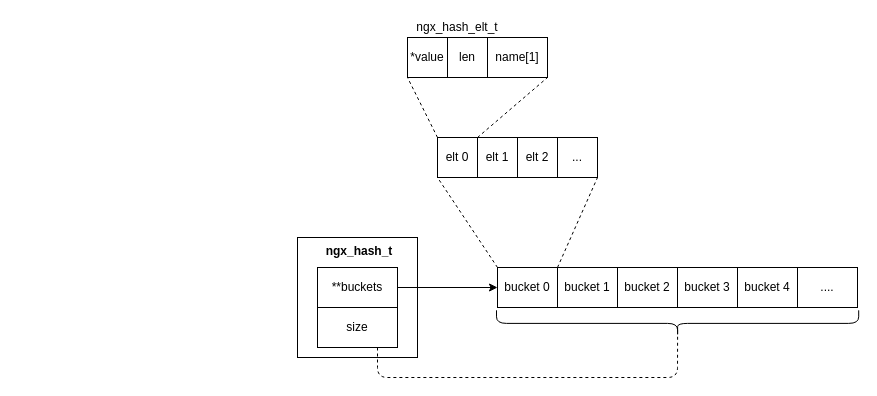
JianHao-Chen/UML keeps this draw.io diagram as Nginx.drawio. Above is the earlier version. Source tidied: cells renumbered, new cells numbered last; positions are measured from the earlier drawing's top-left corner, leaving out a move shared by most shapes. Both pictures are drawn from the tidied source at 100%, with x=0, y=0 at pixel (297, 17).
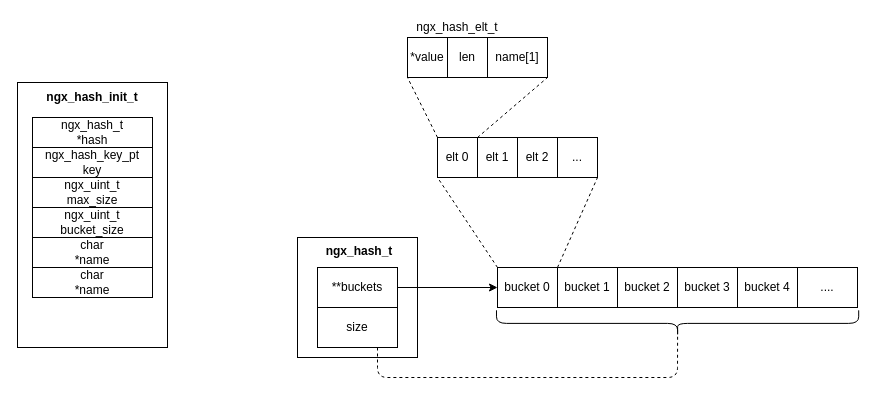
Above is the later version.

The edit, as a diff of the source:
```diff
@@
+    <mxCell id="27" style="rounded=0;whiteSpace=wrap;html=1;" parent="1" vertex="1">
+      <mxGeometry x="-280" y="65" width="150" height="265" as="geometry" />
+    </mxCell>
+    <mxCell id="28" value="&lt;b&gt;ngx_hash_init_t&lt;/b&gt;" style="text;html=1;strokeColor=none;fillColor=none;align=center;verticalAlign=middle;whiteSpace=wrap;rounded=0;" parent="1" vertex="1">
+      <mxGeometry x="-225" y="70" width="40" height="20" as="geometry" />
+    </mxCell>
+    <mxCell id="29" value="ngx_hash_t&lt;br&gt;*hash" style="rounded=0;whiteSpace=wrap;html=1;" parent="1" vertex="1">
+      <mxGeometry x="-265" y="100" width="120" height="30" as="geometry" />
+    </mxCell>
+    <mxCell id="30" value="ngx_hash_key_pt&lt;br&gt;key" style="rounded=0;whiteSpace=wrap;html=1;" parent="1" vertex="1">
+      <mxGeometry x="-265" y="130" width="120" height="30" as="geometry" />
+    </mxCell>
+    <mxCell id="31" value="ngx_uint_t&lt;br&gt;max_size" style="rounded=0;whiteSpace=wrap;html=1;" parent="1" vertex="1">
+      <mxGeometry x="-265" y="160" width="120" height="30" as="geometry" />
+    </mxCell>
+    <mxCell id="32" value="ngx_uint_t&lt;br&gt;bucket_size" style="rounded=0;whiteSpace=wrap;html=1;" parent="1" vertex="1">
+      <mxGeometry x="-265" y="190" width="120" height="30" as="geometry" />
+    </mxCell>
+    <mxCell id="33" value="char&lt;br&gt;*name" style="rounded=0;whiteSpace=wrap;html=1;" parent="1" vertex="1">
+      <mxGeometry x="-265" y="220" width="120" height="30" as="geometry" />
+    </mxCell>
+    <mxCell id="34" value="char&lt;br&gt;*name" style="rounded=0;whiteSpace=wrap;html=1;" parent="1" vertex="1">
+      <mxGeometry x="-265" y="250" width="120" height="30" as="geometry" />
+    </mxCell>
```
